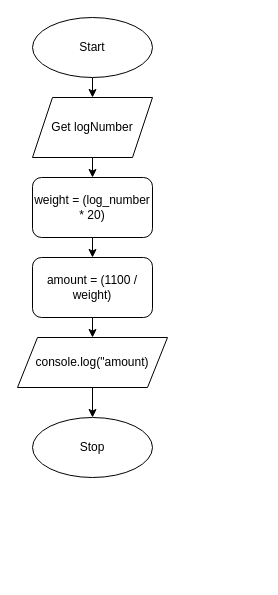
This is Drawio/Flowchart.drawio from JacksonNaufal/ics4u-unit1-02-typescript, a draw.io file, before an edit. Source tidied: cells renumbered, new cells numbered last; positions are measured from the earlier drawing's top-left corner, leaving out a move shared by most shapes. Both pictures are drawn from the tidied source at 100%, with x=0, y=0 at pixel (17, 17).
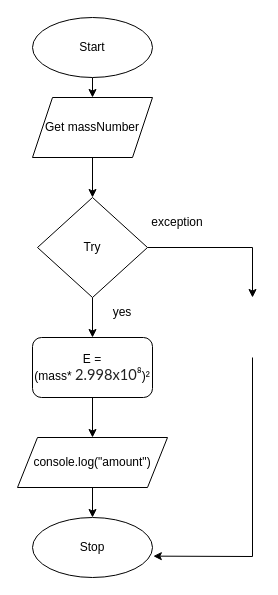
The same diagram, later.

The edit, as a diff of the source:
```diff
@@
-    <mxCell id="2" style="edgeStyle=none;html=1;" parent="1" edge="1" source="3" target="6">
-      <mxGeometry relative="1" as="geometry" />
-    </mxCell>
-    <mxCell id="3" value="Start" style="ellipse;whiteSpace=wrap;html=1;" parent="1" vertex="1">
-      <mxGeometry x="15" width="120" height="60" as="geometry" />
+    <mxCell id="3" style="edgeStyle=none;html=1;" parent="1" edge="1" source="4" target="13">
+      <mxGeometry relative="1" as="geometry" />
     </mxCell>
-    <mxCell id="4" value="Stop" style="ellipse;whiteSpace=wrap;html=1;" parent="1" vertex="1">
-      <mxGeometry x="15" y="400" width="120" height="60" as="geometry" />
+    <mxCell id="4" value="Start" style="ellipse;whiteSpace=wrap;html=1;" parent="1" vertex="1">
+      <mxGeometry x="15" width="120" height="60" as="geometry" />
     </mxCell>
+    <mxCell id="6" value="Stop" style="ellipse;whiteSpace=wrap;html=1;" parent="1" vertex="1">
+      <mxGeometry x="15" y="500" width="120" height="60" as="geometry" />
+    </mxCell>
+    <mxCell id="2" style="edgeStyle=none;rounded=0;html=1;" parent="1" edge="1" source="13" target="7">
+      <mxGeometry relative="1" as="geometry" />
+    </mxCell>
+    <mxCell id="13" value="Get massNumber" style="shape=parallelogram;perimeter=parallelogramPerimeter;whiteSpace=wrap;html=1;fixedSize=1;" parent="1" vertex="1">
+      <mxGeometry x="15" y="80" width="120" height="60" as="geometry" />
+    </mxCell>
+    <mxCell id="14" style="edgeStyle=none;html=1;" parent="1" edge="1" source="8" target="6">
+      <mxGeometry relative="1" as="geometry" />
+    </mxCell>
+    <mxCell id="8" value="console.log(&quot;amount&quot;)" style="shape=parallelogram;perimeter=parallelogramPerimeter;whiteSpace=wrap;html=1;fixedSize=1;" parent="1" vertex="1">
+      <mxGeometry y="420" width="150" height="50" as="geometry" />
+    </mxCell>
+    <mxCell id="10" style="edgeStyle=none;html=1;entryX=0.5;entryY=0;entryDx=0;entryDy=0;rounded=0;" parent="1" edge="1" source="7">
+      <mxGeometry relative="1" as="geometry">
+        <mxPoint x="235" y="280" as="targetPoint" />
+        <Array as="points">
+          <mxPoint x="235" y="230" />
+        </Array>
+      </mxGeometry>
+    </mxCell>
-    <mxCell id="5" style="edgeStyle=none;html=1;" parent="1" edge="1" source="6" target="8">
+    <mxCell id="5" style="edgeStyle=none;rounded=0;html=1;" parent="1" edge="1" source="7" target="11">
       <mxGeometry relative="1" as="geometry" />
     </mxCell>
-    <mxCell id="6" value="Get logNumber" style="shape=parallelogram;perimeter=parallelogramPerimeter;whiteSpace=wrap;html=1;fixedSize=1;" parent="1" vertex="1">
-      <mxGeometry x="15" y="80" width="120" height="60" as="geometry" />
-    </mxCell>
-    <mxCell id="7" style="edgeStyle=none;html=1;" parent="1" edge="1" source="8" target="10">
-      <mxGeometry relative="1" as="geometry" />
+    <mxCell id="7" value="Try" style="rhombus;whiteSpace=wrap;html=1;" parent="1" vertex="1">
+      <mxGeometry x="20" y="180" width="110" height="100" as="geometry" />
     </mxCell>
-    <mxCell id="8" value="weight = (log_number * 20)" style="rounded=1;whiteSpace=wrap;html=1;" parent="1" vertex="1">
-      <mxGeometry x="15" y="160" width="120" height="60" as="geometry" />
-    </mxCell>
+    <mxCell id="15" style="edgeStyle=none;rounded=0;html=1;entryX=1.007;entryY=0.644;entryDx=0;entryDy=0;entryPerimeter=0;" parent="1" edge="1" target="6">
+      <mxGeometry relative="1" as="geometry">
+        <mxPoint x="235" y="340" as="sourcePoint" />
+        <Array as="points">
+          <mxPoint x="235" y="539" />
+        </Array>
+      </mxGeometry>
+    </mxCell>
+    <mxCell id="12" value="exception" style="text;html=1;strokeColor=none;fillColor=none;align=center;verticalAlign=middle;whiteSpace=wrap;rounded=0;" parent="1" vertex="1">
+      <mxGeometry x="130" y="190" width="60" height="30" as="geometry" />
+    </mxCell>
-    <mxCell id="9" style="edgeStyle=none;html=1;" parent="1" edge="1" source="10" target="12">
+    <mxCell id="9" style="edgeStyle=none;rounded=0;html=1;" parent="1" edge="1" source="11" target="8">
       <mxGeometry relative="1" as="geometry" />
     </mxCell>
-    <mxCell id="10" value="amount = (1100 / weight)" style="rounded=1;whiteSpace=wrap;html=1;" parent="1" vertex="1">
-      <mxGeometry x="15" y="240" width="120" height="60" as="geometry" />
-    </mxCell>
-    <mxCell id="11" style="edgeStyle=none;html=1;" parent="1" edge="1" source="12" target="4">
-      <mxGeometry relative="1" as="geometry" />
+    <mxCell id="11" value="E = (mass*&amp;nbsp;&lt;span style=&quot;color: rgb(33 , 33 , 33) ; font-family: &amp;#34;lato&amp;#34; , sans-serif ; font-size: 14.6667px ; text-align: left&quot;&gt;2.998x10⁸&lt;/span&gt;)²" style="rounded=1;whiteSpace=wrap;html=1;" parent="1" vertex="1">
+      <mxGeometry x="15" y="320" width="120" height="60" as="geometry" />
     </mxCell>
-    <mxCell id="12" value="console.log(&quot;amount)" style="shape=parallelogram;perimeter=parallelogramPerimeter;whiteSpace=wrap;html=1;fixedSize=1;" parent="1" vertex="1">
-      <mxGeometry y="320" width="150" height="50" as="geometry" />
-    </mxCell>
+    <mxCell id="16" value="yes" style="text;html=1;strokeColor=none;fillColor=none;align=center;verticalAlign=middle;whiteSpace=wrap;rounded=0;" parent="1" vertex="1">
+      <mxGeometry x="75" y="280" width="60" height="30" as="geometry" />
+    </mxCell>
```
